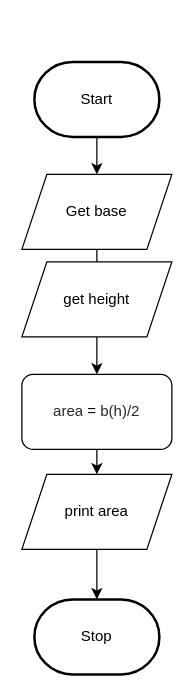
This is Drawio/FlowChart.Drawio from JacksonNaufal/-ICS3U-Unit5-02-Python, a draw.io file, before an edit. Source tidied: cells renumbered, new cells numbered last; positions are measured from the earlier drawing's top-left corner, leaving out a move shared by most shapes. Both pictures are drawn from the tidied source at 125%, with x=0, y=0 at pixel (21, 61).
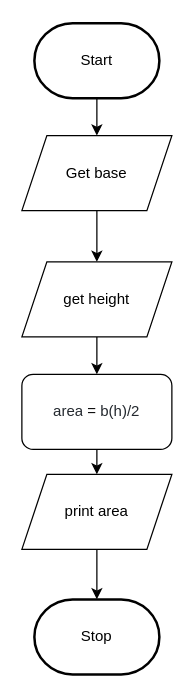
The same page after the edit.

What changed in the source:
```diff
@@
 <mxGraphModel>
   <root>
     <mxCell id="0" />
     <mxCell id="1" parent="0" />
     <mxCell id="2" style="edgeStyle=none;html=1;entryX=0.5;entryY=0;entryDx=0;entryDy=0;" parent="1" edge="1" source="3" target="8">
       <mxGeometry relative="1" as="geometry" />
     </mxCell>
     <mxCell id="3" value="Start" style="strokeWidth=2;html=1;shape=mxgraph.flowchart.terminator;whiteSpace=wrap;" parent="1" vertex="1">
-      <mxGeometry x="10" width="100" height="60" as="geometry" />
+      <mxGeometry x="10" y="-31" width="100" height="60" as="geometry" />
     </mxCell>
     <mxCell id="4" value="Stop" style="strokeWidth=2;html=1;shape=mxgraph.flowchart.terminator;whiteSpace=wrap;rounded=1;" parent="1" vertex="1">
       <mxGeometry x="10" y="430" width="100" height="60" as="geometry" />
     </mxCell>
     <mxCell id="5" style="edgeStyle=none;html=1;startArrow=none;" parent="1" edge="1" source="6" target="4">
       <mxGeometry relative="1" as="geometry" />
     </mxCell>
     <mxCell id="6" value="&lt;font style=&quot;font-size: 12px&quot;&gt;print area&lt;/font&gt;" style="shape=parallelogram;perimeter=parallelogramPerimeter;whiteSpace=wrap;html=1;fixedSize=1;fontSize=8;" parent="1" vertex="1">
       <mxGeometry y="330" width="120" height="60" as="geometry" />
     </mxCell>
-    <mxCell id="7" style="edgeStyle=none;html=1;" parent="1" edge="1" source="8" target="10">
-      <mxGeometry relative="1" as="geometry" />
-    </mxCell>
+    <mxCell id="12" style="edgeStyle=none;html=1;" parent="1" edge="1" source="8" target="11">
+      <mxGeometry relative="1" as="geometry" />
+    </mxCell>
     <mxCell id="8" value="Get base" style="shape=parallelogram;perimeter=parallelogramPerimeter;whiteSpace=wrap;html=1;fixedSize=1;" parent="1" vertex="1">
-      <mxGeometry y="90" width="120" height="60" as="geometry" />
+      <mxGeometry y="59" width="120" height="60" as="geometry" />
     </mxCell>
     <mxCell id="9" style="edgeStyle=none;html=1;" parent="1" edge="1" source="10" target="6">
       <mxGeometry relative="1" as="geometry" />
     </mxCell>
     <mxCell id="10" value="&lt;span class=&quot;pl-s1&quot; style=&quot;box-sizing: border-box ; color: rgb(36 , 41 , 47) ; font-family: , , &amp;#34;sf mono&amp;#34; , &amp;#34;menlo&amp;#34; , &amp;#34;consolas&amp;#34; , &amp;#34;liberation mono&amp;#34; , monospace ; background-color: rgb(255 , 255 , 255)&quot;&gt;&lt;span class=&quot;pl-token&quot; style=&quot;box-sizing: border-box&quot;&gt;area&lt;/span&gt;&lt;/span&gt;&lt;span style=&quot;color: rgb(36 , 41 , 47) ; font-family: , , &amp;#34;sf mono&amp;#34; , &amp;#34;menlo&amp;#34; , &amp;#34;consolas&amp;#34; , &amp;#34;liberation mono&amp;#34; , monospace ; background-color: rgb(255 , 255 , 255)&quot;&gt;&amp;nbsp;&lt;/span&gt;&lt;span class=&quot;pl-c1&quot; style=&quot;box-sizing: border-box ; font-family: , , &amp;#34;sf mono&amp;#34; , &amp;#34;menlo&amp;#34; , &amp;#34;consolas&amp;#34; , &amp;#34;liberation mono&amp;#34; , monospace ; background-color: rgb(255 , 255 , 255)&quot;&gt;=&lt;/span&gt;&lt;span style=&quot;color: rgb(36 , 41 , 47) ; font-family: , , &amp;#34;sf mono&amp;#34; , &amp;#34;menlo&amp;#34; , &amp;#34;consolas&amp;#34; , &amp;#34;liberation mono&amp;#34; , monospace ; background-color: rgb(255 , 255 , 255)&quot;&gt;&amp;nbsp;b(h)/2&lt;/span&gt;" style="rounded=1;whiteSpace=wrap;html=1;" parent="1" vertex="1">
       <mxGeometry y="250" width="120" height="60" as="geometry" />
     </mxCell>
+    <mxCell id="13" style="edgeStyle=none;html=1;" parent="1" edge="1" source="11" target="10">
+      <mxGeometry relative="1" as="geometry" />
+    </mxCell>
     <mxCell id="11" value="get height" style="shape=parallelogram;perimeter=parallelogramPerimeter;whiteSpace=wrap;html=1;fixedSize=1;" parent="1" vertex="1">
       <mxGeometry y="160" width="120" height="60" as="geometry" />
     </mxCell>
   </root>
 </mxGraphModel>
```
